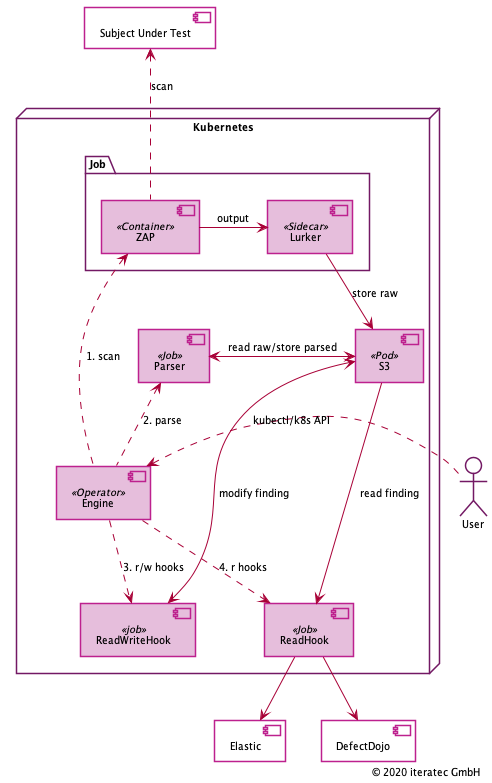
Above: static/img/blog/2021-07-20-architecture-v2.png in secureCodeBox/documentation (PlantUML), before the change.
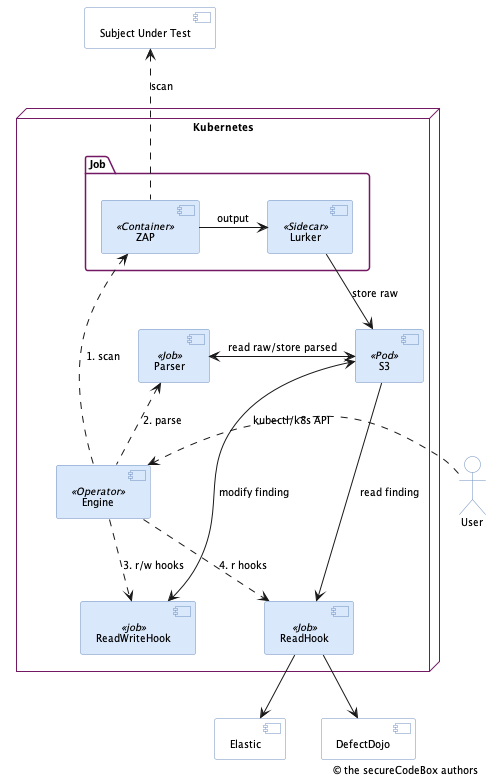
After the commit.

Change to the diagram source:
```diff
@@ -1,9 +1,6 @@
-@startuml 2020-11-04-architecture-v2
-!include ../_theme.ipuml
-!include ../_copyright.ipuml
-
-skinparam shadowing false
-skinparam componentStyle uml2
+@startuml 2021-07-20-architecture-v2
+!include ../../../src/puml/_theme.ipuml
+!include ../../../src/puml/_copyright.ipuml
 
 [Subject Under Test] as sut #White
 actor User as user #White
```
